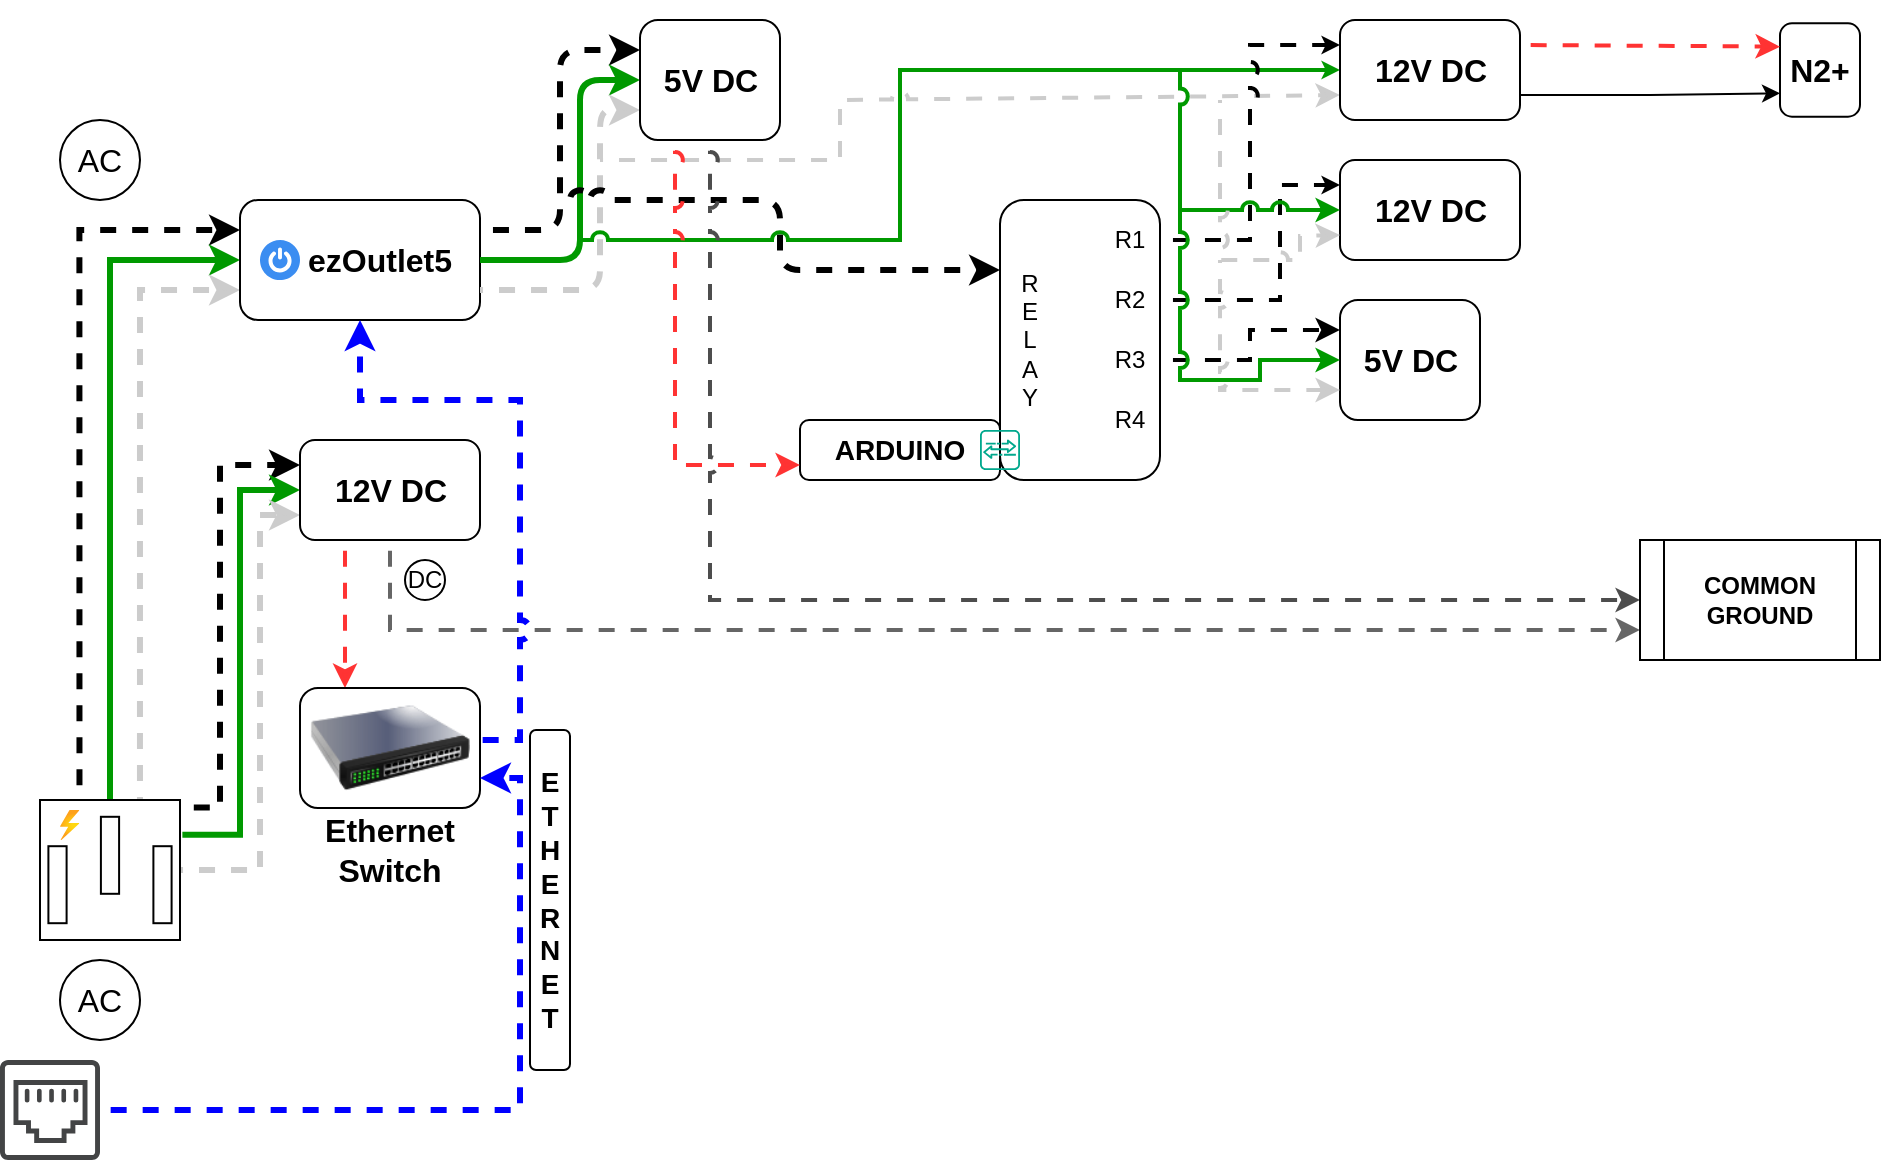
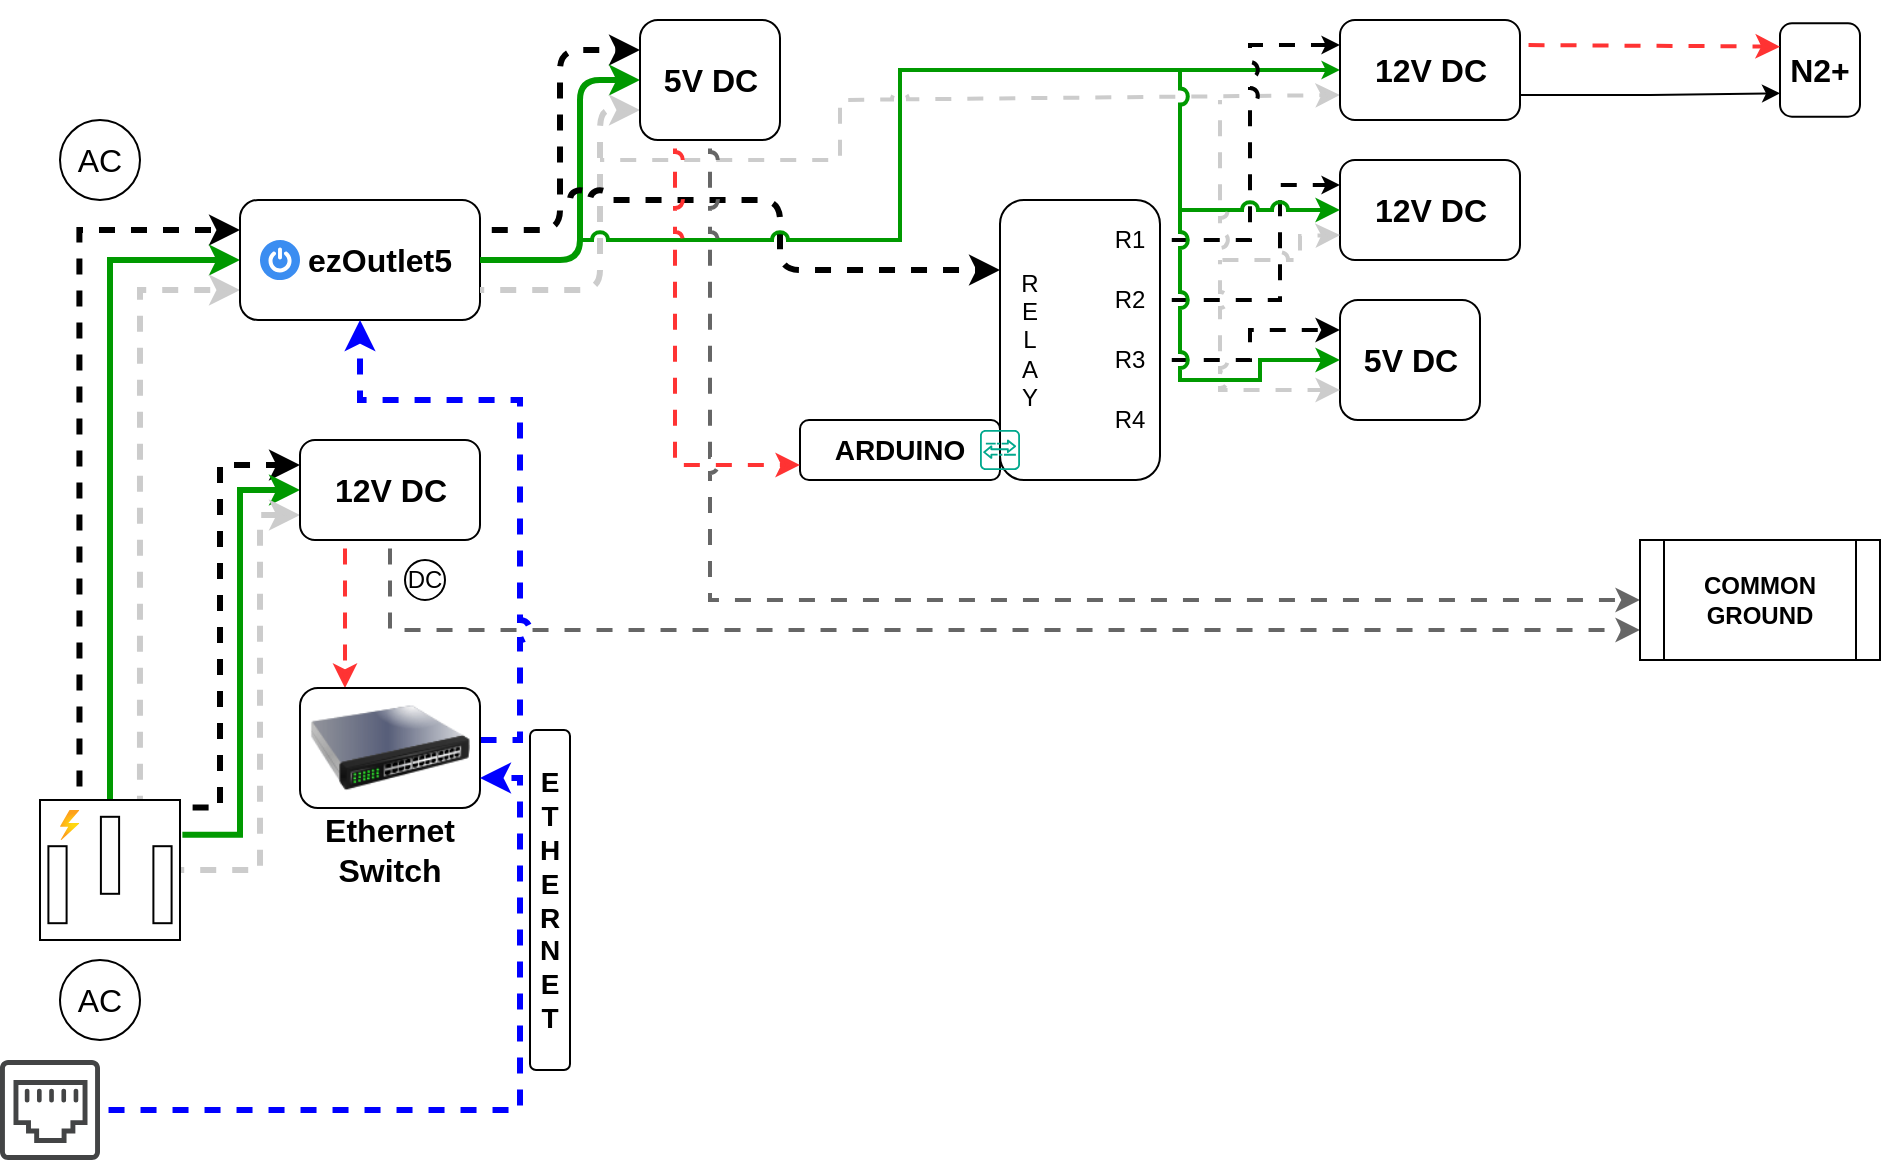
<mxfile host="app.diagrams.net" agent="Mozilla/5.0 (Windows NT 10.0; Win64; x64) AppleWebKit/537.36 (KHTML, like Gecko) Chrome/131.0.0.0 Safari/537.36 Edg/131.0.0.0" version="25.0.3">
  <diagram name="Page-1" id="VlRkN-xOVygPYa-iD9Ir">
    <mxGraphModel dx="724" dy="454" grid="1" gridSize="10" guides="1" tooltips="1" connect="1" arrows="1" fold="1" page="1" pageScale="1" pageWidth="1600" pageHeight="900" background="none" math="0" shadow="0">
      <root>
        <mxCell id="0" />
        <mxCell id="1" parent="0" />
        <mxCell id="JVLtuT8sySUBbFbLTn6r-3" style="edgeStyle=orthogonalEdgeStyle;rounded=0;orthogonalLoop=1;jettySize=auto;html=1;entryX=0;entryY=0.25;entryDx=0;entryDy=0;exitX=0.282;exitY=-0.013;exitDx=0;exitDy=0;exitPerimeter=0;strokeWidth=3;flowAnimation=1;flowAnimationDirection=alternate;flowAnimationTimingFunction=ease-in-out;flowAnimationDuration=1500;jumpStyle=arc;" parent="1" source="pD8juBFKP1GN8B8eYQTb-1" target="pD8juBFKP1GN8B8eYQTb-3" edge="1">
          <mxGeometry relative="1" as="geometry" />
        </mxCell>
        <mxCell id="JVLtuT8sySUBbFbLTn6r-4" style="edgeStyle=orthogonalEdgeStyle;rounded=0;orthogonalLoop=1;jettySize=auto;html=1;exitX=0.5;exitY=0;exitDx=0;exitDy=0;exitPerimeter=0;entryX=0;entryY=0.5;entryDx=0;entryDy=0;strokeColor=#009900;strokeWidth=3;jumpStyle=arc;" parent="1" source="pD8juBFKP1GN8B8eYQTb-1" target="pD8juBFKP1GN8B8eYQTb-3" edge="1">
          <mxGeometry relative="1" as="geometry" />
        </mxCell>
        <mxCell id="JVLtuT8sySUBbFbLTn6r-5" style="edgeStyle=orthogonalEdgeStyle;rounded=0;orthogonalLoop=1;jettySize=auto;html=1;entryX=0;entryY=0.75;entryDx=0;entryDy=0;exitX=0.714;exitY=0;exitDx=0;exitDy=0;exitPerimeter=0;strokeWidth=3;strokeColor=#CCCCCC;flowAnimation=1;flowAnimationDirection=alternate-reverse;flowAnimationTimingFunction=ease-in-out;flowAnimationDuration=1500;jumpStyle=arc;" parent="1" source="pD8juBFKP1GN8B8eYQTb-1" target="pD8juBFKP1GN8B8eYQTb-3" edge="1">
          <mxGeometry relative="1" as="geometry">
            <mxPoint x="120" y="320" as="targetPoint" />
          </mxGeometry>
        </mxCell>
        <mxCell id="JVLtuT8sySUBbFbLTn6r-6" style="edgeStyle=orthogonalEdgeStyle;rounded=0;orthogonalLoop=1;jettySize=auto;html=1;entryX=0;entryY=0.25;entryDx=0;entryDy=0;exitX=1.006;exitY=0.054;exitDx=0;exitDy=0;exitPerimeter=0;strokeWidth=3;flowAnimation=1;flowAnimationDirection=alternate;flowAnimationTimingFunction=ease-in-out;flowAnimationDuration=1500;jumpStyle=arc;" parent="1" source="pD8juBFKP1GN8B8eYQTb-1" target="pD8juBFKP1GN8B8eYQTb-24" edge="1">
          <mxGeometry relative="1" as="geometry">
            <Array as="points">
              <mxPoint x="120" y="404" />
              <mxPoint x="120" y="233" />
            </Array>
          </mxGeometry>
        </mxCell>
        <mxCell id="JVLtuT8sySUBbFbLTn6r-7" style="edgeStyle=orthogonalEdgeStyle;rounded=0;orthogonalLoop=1;jettySize=auto;html=1;entryX=0;entryY=0.5;entryDx=0;entryDy=0;exitX=1.017;exitY=0.249;exitDx=0;exitDy=0;exitPerimeter=0;strokeWidth=3;strokeColor=#009900;jumpStyle=arc;" parent="1" source="pD8juBFKP1GN8B8eYQTb-1" target="pD8juBFKP1GN8B8eYQTb-24" edge="1">
          <mxGeometry relative="1" as="geometry" />
        </mxCell>
        <mxCell id="JVLtuT8sySUBbFbLTn6r-8" style="edgeStyle=orthogonalEdgeStyle;rounded=0;orthogonalLoop=1;jettySize=auto;html=1;entryX=0;entryY=0.75;entryDx=0;entryDy=0;strokeColor=#CCCCCC;strokeWidth=3;flowAnimation=1;flowAnimationDirection=alternate-reverse;flowAnimationTimingFunction=ease-in-out;flowAnimationDuration=1500;jumpStyle=arc;" parent="1" source="pD8juBFKP1GN8B8eYQTb-1" target="pD8juBFKP1GN8B8eYQTb-24" edge="1">
          <mxGeometry relative="1" as="geometry">
            <Array as="points">
              <mxPoint x="140" y="435" />
              <mxPoint x="140" y="258" />
            </Array>
          </mxGeometry>
        </mxCell>
        <mxCell id="JVLtuT8sySUBbFbLTn6r-1" value="" style="group" parent="1" vertex="1" connectable="0">
          <mxGeometry x="30" y="480" width="60" height="40" as="geometry" />
        </mxCell>
        <mxCell id="pD8juBFKP1GN8B8eYQTb-22" value="AC" style="text;html=1;align=center;verticalAlign=middle;whiteSpace=wrap;rounded=0;fontSize=16;" parent="JVLtuT8sySUBbFbLTn6r-1" vertex="1">
          <mxGeometry y="5" width="60" height="30" as="geometry" />
        </mxCell>
        <mxCell id="pD8juBFKP1GN8B8eYQTb-23" value="" style="ellipse;whiteSpace=wrap;html=1;fillColor=none;" parent="JVLtuT8sySUBbFbLTn6r-1" vertex="1">
          <mxGeometry x="10" width="40" height="40" as="geometry" />
        </mxCell>
        <mxCell id="JVLtuT8sySUBbFbLTn6r-2" value="" style="group" parent="1" vertex="1" connectable="0">
          <mxGeometry x="30" y="60" width="60" height="40" as="geometry" />
        </mxCell>
        <mxCell id="pD8juBFKP1GN8B8eYQTb-9" value="" style="ellipse;whiteSpace=wrap;html=1;fillColor=none;" parent="JVLtuT8sySUBbFbLTn6r-2" vertex="1">
          <mxGeometry x="10" width="40" height="40" as="geometry" />
        </mxCell>
        <mxCell id="pD8juBFKP1GN8B8eYQTb-11" value="AC" style="text;html=1;align=center;verticalAlign=middle;whiteSpace=wrap;rounded=0;fontSize=16;" parent="JVLtuT8sySUBbFbLTn6r-2" vertex="1">
          <mxGeometry y="5" width="60" height="30" as="geometry" />
        </mxCell>
        <mxCell id="JVLtuT8sySUBbFbLTn6r-9" value="" style="group" parent="1" vertex="1" connectable="0">
          <mxGeometry x="130" y="100" width="120" height="60" as="geometry" />
        </mxCell>
        <mxCell id="JVLtuT8sySUBbFbLTn6r-16" value="" style="group" parent="JVLtuT8sySUBbFbLTn6r-9" vertex="1" connectable="0">
          <mxGeometry width="120" height="60" as="geometry" />
        </mxCell>
        <mxCell id="pD8juBFKP1GN8B8eYQTb-3" value="" style="rounded=1;whiteSpace=wrap;html=1;" parent="JVLtuT8sySUBbFbLTn6r-16" vertex="1">
          <mxGeometry width="120" height="60" as="geometry" />
        </mxCell>
        <mxCell id="JVLtuT8sySUBbFbLTn6r-13" value="" style="sketch=0;html=1;aspect=fixed;strokeColor=none;shadow=0;fillColor=#3B8DF1;verticalAlign=top;labelPosition=center;verticalLabelPosition=bottom;shape=mxgraph.gcp2.a7_power" parent="JVLtuT8sySUBbFbLTn6r-16" vertex="1">
          <mxGeometry x="10" y="20" width="20" height="20" as="geometry" />
        </mxCell>
        <mxCell id="pD8juBFKP1GN8B8eYQTb-15" value="&lt;b&gt;ezOutlet5&lt;/b&gt;" style="text;html=1;align=center;verticalAlign=middle;whiteSpace=wrap;rounded=0;fontSize=16;" parent="JVLtuT8sySUBbFbLTn6r-16" vertex="1">
          <mxGeometry x="40" y="10" width="60" height="40" as="geometry" />
        </mxCell>
        <mxCell id="JVLtuT8sySUBbFbLTn6r-11" value="" style="group" parent="1" vertex="1" connectable="0">
          <mxGeometry x="160" y="220" width="90" height="50" as="geometry" />
        </mxCell>
        <mxCell id="JVLtuT8sySUBbFbLTn6r-72" value="" style="group" parent="JVLtuT8sySUBbFbLTn6r-11" vertex="1" connectable="0">
          <mxGeometry width="90" height="50" as="geometry" />
        </mxCell>
        <mxCell id="pD8juBFKP1GN8B8eYQTb-24" value="" style="rounded=1;whiteSpace=wrap;html=1;" parent="JVLtuT8sySUBbFbLTn6r-72" vertex="1">
          <mxGeometry width="90" height="50" as="geometry" />
        </mxCell>
        <mxCell id="JVLtuT8sySUBbFbLTn6r-10" value="&lt;font style=&quot;font-size: 16px;&quot;&gt;&lt;b&gt;12V DC&lt;/b&gt;&lt;/font&gt;" style="text;html=1;align=center;verticalAlign=middle;whiteSpace=wrap;rounded=0;" parent="JVLtuT8sySUBbFbLTn6r-72" vertex="1">
          <mxGeometry x="15.75" y="10" width="58.5" height="30" as="geometry" />
        </mxCell>
        <mxCell id="JVLtuT8sySUBbFbLTn6r-18" value="" style="group" parent="1" vertex="1" connectable="0">
          <mxGeometry x="30" y="400" width="70" height="70" as="geometry" />
        </mxCell>
        <mxCell id="pD8juBFKP1GN8B8eYQTb-1" value="" style="pointerEvents=1;verticalLabelPosition=bottom;shadow=0;dashed=0;align=center;html=1;verticalAlign=top;shape=mxgraph.electrical.miscellaneous.ac_out" parent="JVLtuT8sySUBbFbLTn6r-18" vertex="1">
          <mxGeometry width="70" height="70" as="geometry" />
        </mxCell>
        <mxCell id="JVLtuT8sySUBbFbLTn6r-12" value="" style="image;aspect=fixed;html=1;points=[];align=center;fontSize=12;image=img/lib/azure2/general/Power.svg;" parent="JVLtuT8sySUBbFbLTn6r-18" vertex="1">
          <mxGeometry x="10" y="5" width="9.72" height="15" as="geometry" />
        </mxCell>
        <mxCell id="JVLtuT8sySUBbFbLTn6r-23" style="edgeStyle=orthogonalEdgeStyle;rounded=0;orthogonalLoop=1;jettySize=auto;html=1;entryX=0.25;entryY=0;entryDx=0;entryDy=0;exitX=0.25;exitY=1;exitDx=0;exitDy=0;strokeColor=#FF3333;strokeWidth=2;flowAnimation=1;jumpStyle=arc;" parent="1" source="pD8juBFKP1GN8B8eYQTb-24" target="JVLtuT8sySUBbFbLTn6r-19" edge="1">
          <mxGeometry relative="1" as="geometry" />
        </mxCell>
        <mxCell id="JVLtuT8sySUBbFbLTn6r-28" value="" style="group" parent="1" vertex="1" connectable="0">
          <mxGeometry x="210" y="280" width="25" height="20" as="geometry" />
        </mxCell>
        <mxCell id="JVLtuT8sySUBbFbLTn6r-26" value="" style="ellipse;whiteSpace=wrap;html=1;aspect=fixed;" parent="JVLtuT8sySUBbFbLTn6r-28" vertex="1">
          <mxGeometry x="2.5" width="20" height="20" as="geometry" />
        </mxCell>
        <mxCell id="JVLtuT8sySUBbFbLTn6r-27" value="&lt;font&gt;DC&lt;/font&gt;" style="text;html=1;align=center;verticalAlign=middle;whiteSpace=wrap;rounded=0;" parent="JVLtuT8sySUBbFbLTn6r-28" vertex="1">
          <mxGeometry y="2.5" width="25" height="15" as="geometry" />
        </mxCell>
        <mxCell id="JVLtuT8sySUBbFbLTn6r-29" style="edgeStyle=orthogonalEdgeStyle;rounded=0;orthogonalLoop=1;jettySize=auto;html=1;exitX=0.5;exitY=1;exitDx=0;exitDy=0;strokeWidth=2;flowAnimation=1;strokeColor=#666666;jumpStyle=arc;entryX=0;entryY=0.75;entryDx=0;entryDy=0;" parent="1" source="pD8juBFKP1GN8B8eYQTb-24" target="0aRQkGjj-KWWZOeJOGup-9" edge="1">
          <mxGeometry relative="1" as="geometry">
            <mxPoint x="810" y="370" as="targetPoint" />
          </mxGeometry>
        </mxCell>
        <mxCell id="JVLtuT8sySUBbFbLTn6r-30" style="edgeStyle=orthogonalEdgeStyle;rounded=0;orthogonalLoop=1;jettySize=auto;html=1;exitX=1;exitY=0.5;exitDx=0;exitDy=0;entryX=0.5;entryY=1;entryDx=0;entryDy=0;strokeColor=#0000FF;strokeWidth=3;flowAnimation=1;jumpStyle=arc;" parent="1" source="JVLtuT8sySUBbFbLTn6r-19" target="pD8juBFKP1GN8B8eYQTb-3" edge="1">
          <mxGeometry relative="1" as="geometry">
            <Array as="points">
              <mxPoint x="270" y="370" />
              <mxPoint x="270" y="200" />
              <mxPoint x="190" y="200" />
            </Array>
          </mxGeometry>
        </mxCell>
        <mxCell id="JVLtuT8sySUBbFbLTn6r-33" value="" style="rounded=1;whiteSpace=wrap;html=1;" parent="1" vertex="1">
          <mxGeometry x="510" y="100" width="80" height="140" as="geometry" />
        </mxCell>
        <mxCell id="JVLtuT8sySUBbFbLTn6r-35" style="edgeStyle=orthogonalEdgeStyle;rounded=1;orthogonalLoop=1;jettySize=auto;html=1;exitX=1;exitY=0.25;exitDx=0;exitDy=0;entryX=0;entryY=0.25;entryDx=0;entryDy=0;curved=0;strokeWidth=3;flowAnimation=1;flowAnimationDirection=alternate;flowAnimationTimingFunction=ease-in-out;flowAnimationDuration=1500;jumpStyle=arc;" parent="1" source="pD8juBFKP1GN8B8eYQTb-3" target="JVLtuT8sySUBbFbLTn6r-34" edge="1">
          <mxGeometry relative="1" as="geometry" />
        </mxCell>
        <mxCell id="JVLtuT8sySUBbFbLTn6r-36" style="edgeStyle=orthogonalEdgeStyle;rounded=1;orthogonalLoop=1;jettySize=auto;html=1;exitX=1;exitY=0.5;exitDx=0;exitDy=0;entryX=0;entryY=0.5;entryDx=0;entryDy=0;curved=0;strokeWidth=3;strokeColor=#009900;jumpStyle=arc;" parent="1" source="pD8juBFKP1GN8B8eYQTb-3" target="JVLtuT8sySUBbFbLTn6r-34" edge="1">
          <mxGeometry relative="1" as="geometry">
            <Array as="points">
              <mxPoint x="300" y="130" />
              <mxPoint x="300" y="40" />
            </Array>
          </mxGeometry>
        </mxCell>
        <mxCell id="JVLtuT8sySUBbFbLTn6r-37" style="edgeStyle=orthogonalEdgeStyle;rounded=1;orthogonalLoop=1;jettySize=auto;html=1;exitX=1;exitY=0.75;exitDx=0;exitDy=0;entryX=0;entryY=0.75;entryDx=0;entryDy=0;curved=0;strokeColor=#CCCCCC;strokeWidth=3;flowAnimation=1;flowAnimationDirection=alternate-reverse;flowAnimationTimingFunction=ease-in-out;flowAnimationDuration=1500;jumpStyle=arc;" parent="1" source="pD8juBFKP1GN8B8eYQTb-3" target="JVLtuT8sySUBbFbLTn6r-34" edge="1">
          <mxGeometry relative="1" as="geometry">
            <Array as="points">
              <mxPoint x="310" y="145" />
              <mxPoint x="310" y="55" />
            </Array>
          </mxGeometry>
        </mxCell>
        <mxCell id="JVLtuT8sySUBbFbLTn6r-40" value="" style="endArrow=classic;html=1;rounded=1;curved=0;entryX=0;entryY=0.25;entryDx=0;entryDy=0;jumpStyle=arc;strokeWidth=3;flowAnimation=1;flowAnimationDirection=alternate;flowAnimationTimingFunction=ease-in-out;flowAnimationDuration=1500;" parent="1" target="JVLtuT8sySUBbFbLTn6r-33" edge="1">
          <mxGeometry width="50" height="50" relative="1" as="geometry">
            <mxPoint x="290" y="100" as="sourcePoint" />
            <mxPoint x="410" y="170" as="targetPoint" />
            <Array as="points">
              <mxPoint x="400" y="100" />
              <mxPoint x="400" y="135" />
            </Array>
          </mxGeometry>
        </mxCell>
        <mxCell id="JVLtuT8sySUBbFbLTn6r-51" value="" style="group" parent="1" vertex="1" connectable="0">
          <mxGeometry x="160" y="344" width="90" height="96" as="geometry" />
        </mxCell>
        <mxCell id="JVLtuT8sySUBbFbLTn6r-21" value="" style="group" parent="JVLtuT8sySUBbFbLTn6r-51" vertex="1" connectable="0">
          <mxGeometry width="90" height="70" as="geometry" />
        </mxCell>
        <mxCell id="JVLtuT8sySUBbFbLTn6r-50" value="" style="group" parent="JVLtuT8sySUBbFbLTn6r-21" vertex="1" connectable="0">
          <mxGeometry width="90" height="70" as="geometry" />
        </mxCell>
        <mxCell id="JVLtuT8sySUBbFbLTn6r-19" value="" style="rounded=1;whiteSpace=wrap;html=1;" parent="JVLtuT8sySUBbFbLTn6r-50" vertex="1">
          <mxGeometry width="90" height="60" as="geometry" />
        </mxCell>
        <mxCell id="JVLtuT8sySUBbFbLTn6r-49" value="" style="image;html=1;image=img/lib/clip_art/networking/Switch_128x128.png" parent="JVLtuT8sySUBbFbLTn6r-50" vertex="1">
          <mxGeometry x="5" y="-10" width="80" height="80" as="geometry" />
        </mxCell>
        <mxCell id="JVLtuT8sySUBbFbLTn6r-20" value="&lt;b&gt;&lt;font style=&quot;font-size: 16px;&quot;&gt;Ethernet&lt;/font&gt;&lt;/b&gt;&lt;div&gt;&lt;b&gt;&lt;font style=&quot;font-size: 16px;&quot;&gt;Switch&lt;/font&gt;&lt;/b&gt;&lt;/div&gt;" style="text;html=1;align=center;verticalAlign=middle;whiteSpace=wrap;rounded=0;" parent="JVLtuT8sySUBbFbLTn6r-51" vertex="1">
          <mxGeometry x="15" y="66" width="60" height="30" as="geometry" />
        </mxCell>
        <mxCell id="JVLtuT8sySUBbFbLTn6r-53" value="" style="group" parent="1" vertex="1" connectable="0">
          <mxGeometry x="330" y="10" width="70" height="60" as="geometry" />
        </mxCell>
        <mxCell id="JVLtuT8sySUBbFbLTn6r-71" value="" style="group" parent="JVLtuT8sySUBbFbLTn6r-53" vertex="1" connectable="0">
          <mxGeometry width="70" height="60" as="geometry" />
        </mxCell>
        <mxCell id="JVLtuT8sySUBbFbLTn6r-34" value="" style="rounded=1;whiteSpace=wrap;html=1;" parent="JVLtuT8sySUBbFbLTn6r-71" vertex="1">
          <mxGeometry width="70" height="60" as="geometry" />
        </mxCell>
        <mxCell id="JVLtuT8sySUBbFbLTn6r-52" value="&lt;font style=&quot;font-size: 16px;&quot;&gt;&lt;b&gt;5&lt;/b&gt;&lt;/font&gt;&lt;b style=&quot;font-size: 16px; background-color: initial;&quot;&gt;V DC&lt;/b&gt;" style="text;html=1;align=center;verticalAlign=middle;whiteSpace=wrap;rounded=0;" parent="JVLtuT8sySUBbFbLTn6r-71" vertex="1">
          <mxGeometry x="5.75" y="15" width="58.5" height="30" as="geometry" />
        </mxCell>
        <mxCell id="JVLtuT8sySUBbFbLTn6r-54" value="" style="endArrow=classic;html=1;rounded=0;entryX=0;entryY=0.5;entryDx=0;entryDy=0;jumpStyle=arc;strokeColor=#009900;strokeWidth=2;endSize=3;" parent="1" target="JVLtuT8sySUBbFbLTn6r-74" edge="1">
          <mxGeometry width="50" height="50" relative="1" as="geometry">
            <mxPoint x="300" y="120" as="sourcePoint" />
            <mxPoint x="350" y="80" as="targetPoint" />
            <Array as="points">
              <mxPoint x="460" y="120" />
              <mxPoint x="460" y="35" />
            </Array>
          </mxGeometry>
        </mxCell>
        <mxCell id="JVLtuT8sySUBbFbLTn6r-55" value="" style="endArrow=classic;html=1;rounded=0;entryX=0;entryY=0.75;entryDx=0;entryDy=0;strokeColor=#CCCCCC;strokeWidth=2;jumpStyle=arc;flowAnimation=1;flowAnimationDirection=alternate-reverse;flowAnimationTimingFunction=ease-in-out;flowAnimationDuration=1500;" parent="1" target="JVLtuT8sySUBbFbLTn6r-74" edge="1">
          <mxGeometry width="50" height="50" relative="1" as="geometry">
            <mxPoint x="310" y="80" as="sourcePoint" />
            <mxPoint x="350" y="140" as="targetPoint" />
            <Array as="points">
              <mxPoint x="430" y="80" />
              <mxPoint x="430" y="50" />
              <mxPoint x="520" y="50" />
            </Array>
          </mxGeometry>
        </mxCell>
        <mxCell id="JVLtuT8sySUBbFbLTn6r-56" value="R&lt;div&gt;E&lt;/div&gt;&lt;div&gt;L&lt;/div&gt;&lt;div&gt;A&lt;/div&gt;&lt;div&gt;Y&lt;/div&gt;" style="text;html=1;align=center;verticalAlign=middle;whiteSpace=wrap;rounded=0;" parent="1" vertex="1">
          <mxGeometry x="510" y="135" width="30" height="70" as="geometry" />
        </mxCell>
        <mxCell id="JVLtuT8sySUBbFbLTn6r-79" style="edgeStyle=orthogonalEdgeStyle;rounded=0;orthogonalLoop=1;jettySize=auto;html=1;exitX=1;exitY=0.5;exitDx=0;exitDy=0;entryX=0;entryY=0.25;entryDx=0;entryDy=0;strokeWidth=2;flowAnimation=1;flowAnimationDirection=alternate;flowAnimationTimingFunction=ease-in-out;flowAnimationDuration=1500;jumpStyle=arc;endSize=3;" parent="1" source="JVLtuT8sySUBbFbLTn6r-57" target="JVLtuT8sySUBbFbLTn6r-74" edge="1">
          <mxGeometry relative="1" as="geometry" />
        </mxCell>
        <mxCell id="JVLtuT8sySUBbFbLTn6r-57" value="R1" style="text;html=1;align=center;verticalAlign=middle;whiteSpace=wrap;rounded=0;" parent="1" vertex="1">
          <mxGeometry x="560" y="105" width="30" height="30" as="geometry" />
        </mxCell>
        <mxCell id="JVLtuT8sySUBbFbLTn6r-80" style="edgeStyle=orthogonalEdgeStyle;rounded=0;orthogonalLoop=1;jettySize=auto;html=1;exitX=1;exitY=0.5;exitDx=0;exitDy=0;entryX=0;entryY=0.25;entryDx=0;entryDy=0;strokeWidth=2;flowAnimation=1;flowAnimationDirection=alternate;flowAnimationTimingFunction=ease-in-out;flowAnimationDuration=1500;endSize=3;jumpStyle=arc;" parent="1" source="JVLtuT8sySUBbFbLTn6r-58" target="JVLtuT8sySUBbFbLTn6r-77" edge="1">
          <mxGeometry relative="1" as="geometry">
            <Array as="points">
              <mxPoint x="650" y="150" />
              <mxPoint x="650" y="93" />
            </Array>
          </mxGeometry>
        </mxCell>
        <mxCell id="JVLtuT8sySUBbFbLTn6r-58" value="R2" style="text;html=1;align=center;verticalAlign=middle;whiteSpace=wrap;rounded=0;" parent="1" vertex="1">
          <mxGeometry x="560" y="135" width="30" height="30" as="geometry" />
        </mxCell>
        <mxCell id="JVLtuT8sySUBbFbLTn6r-81" style="edgeStyle=orthogonalEdgeStyle;rounded=0;orthogonalLoop=1;jettySize=auto;html=1;exitX=1;exitY=0.5;exitDx=0;exitDy=0;entryX=0;entryY=0.25;entryDx=0;entryDy=0;strokeWidth=2;flowAnimation=1;flowAnimationDirection=alternate;flowAnimationTimingFunction=ease-in-out;flowAnimationDuration=1500;jumpStyle=arc;" parent="1" source="JVLtuT8sySUBbFbLTn6r-59" target="JVLtuT8sySUBbFbLTn6r-63" edge="1">
          <mxGeometry relative="1" as="geometry" />
        </mxCell>
        <mxCell id="JVLtuT8sySUBbFbLTn6r-59" value="R3" style="text;html=1;align=center;verticalAlign=middle;whiteSpace=wrap;rounded=0;" parent="1" vertex="1">
          <mxGeometry x="560" y="165" width="30" height="30" as="geometry" />
        </mxCell>
        <mxCell id="JVLtuT8sySUBbFbLTn6r-60" value="R4" style="text;html=1;align=center;verticalAlign=middle;whiteSpace=wrap;rounded=0;" parent="1" vertex="1">
          <mxGeometry x="560" y="195" width="30" height="30" as="geometry" />
        </mxCell>
        <mxCell id="JVLtuT8sySUBbFbLTn6r-67" value="" style="group" parent="1" vertex="1" connectable="0">
          <mxGeometry x="680" y="150" width="70" height="60" as="geometry" />
        </mxCell>
        <mxCell id="JVLtuT8sySUBbFbLTn6r-63" value="" style="rounded=1;whiteSpace=wrap;html=1;" parent="JVLtuT8sySUBbFbLTn6r-67" vertex="1">
          <mxGeometry width="70" height="60" as="geometry" />
        </mxCell>
        <mxCell id="JVLtuT8sySUBbFbLTn6r-62" value="" style="group" parent="JVLtuT8sySUBbFbLTn6r-67" vertex="1" connectable="0">
          <mxGeometry width="70" height="60" as="geometry" />
        </mxCell>
        <mxCell id="JVLtuT8sySUBbFbLTn6r-64" value="&lt;font style=&quot;font-size: 16px;&quot;&gt;&lt;b&gt;5&lt;/b&gt;&lt;/font&gt;&lt;b style=&quot;font-size: 16px; background-color: initial;&quot;&gt;V DC&lt;/b&gt;" style="text;html=1;align=center;verticalAlign=middle;whiteSpace=wrap;rounded=0;" parent="JVLtuT8sySUBbFbLTn6r-62" vertex="1">
          <mxGeometry x="5.75" y="15" width="58.5" height="30" as="geometry" />
        </mxCell>
        <mxCell id="JVLtuT8sySUBbFbLTn6r-73" value="" style="group" parent="1" vertex="1" connectable="0">
          <mxGeometry x="680" y="10" width="90" height="50" as="geometry" />
        </mxCell>
        <mxCell id="JVLtuT8sySUBbFbLTn6r-74" value="" style="rounded=1;whiteSpace=wrap;html=1;" parent="JVLtuT8sySUBbFbLTn6r-73" vertex="1">
          <mxGeometry width="90" height="50" as="geometry" />
        </mxCell>
        <mxCell id="JVLtuT8sySUBbFbLTn6r-75" value="&lt;font style=&quot;font-size: 16px;&quot;&gt;&lt;b&gt;12V DC&lt;/b&gt;&lt;/font&gt;" style="text;html=1;align=center;verticalAlign=middle;whiteSpace=wrap;rounded=0;" parent="JVLtuT8sySUBbFbLTn6r-73" vertex="1">
          <mxGeometry x="15.75" y="10" width="58.5" height="30" as="geometry" />
        </mxCell>
        <mxCell id="JVLtuT8sySUBbFbLTn6r-76" value="" style="group" parent="1" vertex="1" connectable="0">
          <mxGeometry x="680" y="80" width="90" height="50" as="geometry" />
        </mxCell>
        <mxCell id="JVLtuT8sySUBbFbLTn6r-77" value="" style="rounded=1;whiteSpace=wrap;html=1;" parent="JVLtuT8sySUBbFbLTn6r-76" vertex="1">
          <mxGeometry width="90" height="50" as="geometry" />
        </mxCell>
        <mxCell id="JVLtuT8sySUBbFbLTn6r-78" value="&lt;font style=&quot;font-size: 16px;&quot;&gt;&lt;b&gt;12V DC&lt;/b&gt;&lt;/font&gt;" style="text;html=1;align=center;verticalAlign=middle;whiteSpace=wrap;rounded=0;" parent="JVLtuT8sySUBbFbLTn6r-76" vertex="1">
          <mxGeometry x="15.75" y="10" width="58.5" height="30" as="geometry" />
        </mxCell>
        <mxCell id="JVLtuT8sySUBbFbLTn6r-82" value="" style="endArrow=classic;html=1;rounded=0;entryX=0;entryY=0.5;entryDx=0;entryDy=0;jumpStyle=arc;strokeColor=#009900;strokeWidth=2;" parent="1" target="JVLtuT8sySUBbFbLTn6r-77" edge="1">
          <mxGeometry width="50" height="50" relative="1" as="geometry">
            <mxPoint x="600" y="35" as="sourcePoint" />
            <mxPoint x="660" y="105" as="targetPoint" />
            <Array as="points">
              <mxPoint x="600" y="105" />
            </Array>
          </mxGeometry>
        </mxCell>
        <mxCell id="JVLtuT8sySUBbFbLTn6r-83" value="" style="endArrow=classic;html=1;rounded=0;entryX=0;entryY=0.75;entryDx=0;entryDy=0;strokeWidth=2;strokeColor=#CCCCCC;flowAnimation=1;flowAnimationTimingFunction=ease-in-out;flowAnimationDirection=alternate-reverse;jumpStyle=arc;flowAnimationDuration=1500;" parent="1" target="JVLtuT8sySUBbFbLTn6r-77" edge="1">
          <mxGeometry width="50" height="50" relative="1" as="geometry">
            <mxPoint x="620" y="50" as="sourcePoint" />
            <mxPoint x="480" y="40" as="targetPoint" />
            <Array as="points">
              <mxPoint x="620" y="130" />
              <mxPoint x="660" y="130" />
              <mxPoint x="660" y="118" />
            </Array>
          </mxGeometry>
        </mxCell>
        <mxCell id="JVLtuT8sySUBbFbLTn6r-88" value="" style="endArrow=classic;html=1;rounded=0;entryX=0;entryY=0.5;entryDx=0;entryDy=0;strokeColor=#009900;strokeWidth=2;jumpStyle=arc;" parent="1" target="JVLtuT8sySUBbFbLTn6r-63" edge="1">
          <mxGeometry width="50" height="50" relative="1" as="geometry">
            <mxPoint x="600" y="100" as="sourcePoint" />
            <mxPoint x="600" y="140" as="targetPoint" />
            <Array as="points">
              <mxPoint x="600" y="190" />
              <mxPoint x="640" y="190" />
              <mxPoint x="640" y="180" />
            </Array>
          </mxGeometry>
        </mxCell>
        <mxCell id="JVLtuT8sySUBbFbLTn6r-89" value="" style="endArrow=classic;html=1;rounded=0;entryX=0;entryY=0.75;entryDx=0;entryDy=0;strokeWidth=2;strokeColor=#CCCCCC;flowAnimation=1;jumpStyle=arc;flowAnimationTimingFunction=ease-in-out;flowAnimationDirection=alternate-reverse;flowAnimationDuration=1500;" parent="1" target="JVLtuT8sySUBbFbLTn6r-63" edge="1">
          <mxGeometry width="50" height="50" relative="1" as="geometry">
            <mxPoint x="620" y="130" as="sourcePoint" />
            <mxPoint x="600" y="100" as="targetPoint" />
            <Array as="points">
              <mxPoint x="620" y="195" />
            </Array>
          </mxGeometry>
        </mxCell>
        <mxCell id="JVLtuT8sySUBbFbLTn6r-90" value="&lt;b&gt;&lt;font style=&quot;font-size: 14px;&quot;&gt;ARDUINO&lt;/font&gt;&lt;/b&gt;" style="rounded=1;whiteSpace=wrap;html=1;" parent="1" vertex="1">
          <mxGeometry x="410" y="210" width="100" height="30" as="geometry" />
        </mxCell>
        <mxCell id="JVLtuT8sySUBbFbLTn6r-91" style="edgeStyle=orthogonalEdgeStyle;rounded=0;orthogonalLoop=1;jettySize=auto;html=1;exitX=0.25;exitY=1;exitDx=0;exitDy=0;entryX=0;entryY=0.75;entryDx=0;entryDy=0;strokeWidth=2;flowAnimation=1;strokeColor=#FF3333;jumpStyle=arc;" parent="1" source="JVLtuT8sySUBbFbLTn6r-34" target="JVLtuT8sySUBbFbLTn6r-90" edge="1">
          <mxGeometry relative="1" as="geometry" />
        </mxCell>
-         <mxCell id="JVLtuT8sySUBbFbLTn6r-92" style="edgeStyle=orthogonalEdgeStyle;rounded=0;orthogonalLoop=1;jettySize=auto;html=1;exitX=0.5;exitY=1;exitDx=0;exitDy=0;entryX=0;entryY=0.5;entryDx=0;entryDy=0;strokeWidth=2;flowAnimation=1;strokeColor=#4D4D4D;jumpStyle=arc;" parent="1" source="JVLtuT8sySUBbFbLTn6r-34" target="0aRQkGjj-KWWZOeJOGup-9" edge="1">
+         <mxCell id="JVLtuT8sySUBbFbLTn6r-92" style="edgeStyle=orthogonalEdgeStyle;rounded=0;orthogonalLoop=1;jettySize=auto;html=1;exitX=0.5;exitY=1;exitDx=0;exitDy=0;entryX=0;entryY=0.5;entryDx=0;entryDy=0;strokeWidth=2;flowAnimation=1;strokeColor=#666666;jumpStyle=arc;" parent="1" source="JVLtuT8sySUBbFbLTn6r-34" target="0aRQkGjj-KWWZOeJOGup-9" edge="1">
          <mxGeometry relative="1" as="geometry" />
        </mxCell>
        <mxCell id="JVLtuT8sySUBbFbLTn6r-93" value="" style="sketch=0;outlineConnect=0;fontColor=#232F3E;gradientColor=none;fillColor=#01A88D;strokeColor=none;dashed=0;verticalLabelPosition=bottom;verticalAlign=top;align=center;html=1;fontSize=12;fontStyle=0;aspect=fixed;shape=mxgraph.aws4.agent2;" parent="1" vertex="1">
          <mxGeometry x="500" y="215" width="20" height="20" as="geometry" />
        </mxCell>
        <mxCell id="0aRQkGjj-KWWZOeJOGup-1" value="" style="endArrow=classic;html=1;rounded=0;entryX=1;entryY=0.75;entryDx=0;entryDy=0;strokeWidth=3;strokeColor=#0000FF;flowAnimation=1;jumpStyle=arc;" edge="1" parent="1" source="0aRQkGjj-KWWZOeJOGup-3" target="JVLtuT8sySUBbFbLTn6r-19">
          <mxGeometry width="50" height="50" relative="1" as="geometry">
            <mxPoint x="40" y="560" as="sourcePoint" />
            <mxPoint x="560" y="420" as="targetPoint" />
            <Array as="points">
              <mxPoint x="270" y="555" />
              <mxPoint x="270" y="389" />
            </Array>
          </mxGeometry>
        </mxCell>
        <mxCell id="0aRQkGjj-KWWZOeJOGup-2" value="" style="group" vertex="1" connectable="0" parent="1">
          <mxGeometry x="270" y="365" width="30" height="170" as="geometry" />
        </mxCell>
        <mxCell id="JVLtuT8sySUBbFbLTn6r-31" value="" style="rounded=1;whiteSpace=wrap;html=1;" parent="0aRQkGjj-KWWZOeJOGup-2" vertex="1">
          <mxGeometry x="5" width="20" height="170" as="geometry" />
        </mxCell>
        <mxCell id="JVLtuT8sySUBbFbLTn6r-32" value="&lt;b&gt;&lt;font style=&quot;font-size: 14px;&quot;&gt;E&lt;/font&gt;&lt;/b&gt;&lt;div&gt;&lt;b&gt;&lt;font style=&quot;font-size: 14px;&quot;&gt;T&lt;/font&gt;&lt;/b&gt;&lt;/div&gt;&lt;div&gt;&lt;b&gt;&lt;font style=&quot;font-size: 14px;&quot;&gt;H&lt;/font&gt;&lt;/b&gt;&lt;/div&gt;&lt;div&gt;&lt;b&gt;&lt;font style=&quot;font-size: 14px;&quot;&gt;E&lt;/font&gt;&lt;/b&gt;&lt;/div&gt;&lt;div&gt;&lt;b&gt;&lt;font style=&quot;font-size: 14px;&quot;&gt;R&lt;/font&gt;&lt;/b&gt;&lt;/div&gt;&lt;div&gt;&lt;b&gt;&lt;font style=&quot;font-size: 14px;&quot;&gt;N&lt;/font&gt;&lt;/b&gt;&lt;/div&gt;&lt;div&gt;&lt;b&gt;&lt;font style=&quot;font-size: 14px;&quot;&gt;E&lt;/font&gt;&lt;/b&gt;&lt;/div&gt;&lt;div&gt;&lt;b&gt;&lt;font style=&quot;font-size: 14px;&quot;&gt;T&lt;/font&gt;&lt;/b&gt;&lt;/div&gt;" style="text;html=1;align=center;verticalAlign=middle;whiteSpace=wrap;rounded=0;" parent="0aRQkGjj-KWWZOeJOGup-2" vertex="1">
          <mxGeometry y="10" width="30" height="150" as="geometry" />
        </mxCell>
        <mxCell id="0aRQkGjj-KWWZOeJOGup-3" value="" style="sketch=0;pointerEvents=1;shadow=0;dashed=0;html=1;strokeColor=none;fillColor=#434445;aspect=fixed;labelPosition=center;verticalLabelPosition=bottom;verticalAlign=top;align=center;outlineConnect=0;shape=mxgraph.vvd.ethernet_port;" vertex="1" parent="1">
          <mxGeometry x="10" y="530" width="50" height="50" as="geometry" />
        </mxCell>
        <mxCell id="0aRQkGjj-KWWZOeJOGup-6" value="" style="group" vertex="1" connectable="0" parent="1">
          <mxGeometry x="890" width="60" height="70" as="geometry" />
        </mxCell>
        <mxCell id="0aRQkGjj-KWWZOeJOGup-4" value="" style="rounded=1;whiteSpace=wrap;html=1;" vertex="1" parent="0aRQkGjj-KWWZOeJOGup-6">
          <mxGeometry x="10" y="11.666666666666668" width="40" height="46.66666666666667" as="geometry" />
        </mxCell>
        <mxCell id="0aRQkGjj-KWWZOeJOGup-5" value="&lt;b&gt;&lt;font style=&quot;font-size: 16px;&quot;&gt;N2+&lt;/font&gt;&lt;/b&gt;" style="text;html=1;align=center;verticalAlign=middle;whiteSpace=wrap;rounded=0;" vertex="1" parent="0aRQkGjj-KWWZOeJOGup-6">
          <mxGeometry x="10" y="11.666666666666668" width="40" height="46.66666666666667" as="geometry" />
        </mxCell>
        <mxCell id="0aRQkGjj-KWWZOeJOGup-7" style="edgeStyle=orthogonalEdgeStyle;rounded=0;orthogonalLoop=1;jettySize=auto;html=1;exitX=1;exitY=0.25;exitDx=0;exitDy=0;entryX=0;entryY=0.25;entryDx=0;entryDy=0;strokeWidth=2;jumpStyle=arc;flowAnimation=1;strokeColor=#FF3333;" edge="1" parent="1" source="JVLtuT8sySUBbFbLTn6r-74" target="0aRQkGjj-KWWZOeJOGup-5">
          <mxGeometry relative="1" as="geometry" />
        </mxCell>
        <mxCell id="0aRQkGjj-KWWZOeJOGup-8" style="edgeStyle=orthogonalEdgeStyle;rounded=0;orthogonalLoop=1;jettySize=auto;html=1;exitX=1;exitY=0.75;exitDx=0;exitDy=0;entryX=0;entryY=0.75;entryDx=0;entryDy=0;" edge="1" parent="1" source="JVLtuT8sySUBbFbLTn6r-74" target="0aRQkGjj-KWWZOeJOGup-5">
          <mxGeometry relative="1" as="geometry" />
        </mxCell>
        <mxCell id="0aRQkGjj-KWWZOeJOGup-11" value="" style="group" vertex="1" connectable="0" parent="1">
          <mxGeometry x="830" y="270" width="120" height="60" as="geometry" />
        </mxCell>
        <mxCell id="0aRQkGjj-KWWZOeJOGup-9" value="" style="shape=process;whiteSpace=wrap;html=1;backgroundOutline=1;" vertex="1" parent="0aRQkGjj-KWWZOeJOGup-11">
          <mxGeometry width="120" height="60" as="geometry" />
        </mxCell>
        <mxCell id="0aRQkGjj-KWWZOeJOGup-10" value="&lt;b&gt;COMMON&lt;/b&gt;&lt;div&gt;&lt;b&gt;GROUND&lt;/b&gt;&lt;/div&gt;" style="text;html=1;align=center;verticalAlign=middle;whiteSpace=wrap;rounded=0;" vertex="1" parent="0aRQkGjj-KWWZOeJOGup-11">
          <mxGeometry x="30" y="15" width="60" height="30" as="geometry" />
        </mxCell>
      </root>
    </mxGraphModel>
  </diagram>
</mxfile>
